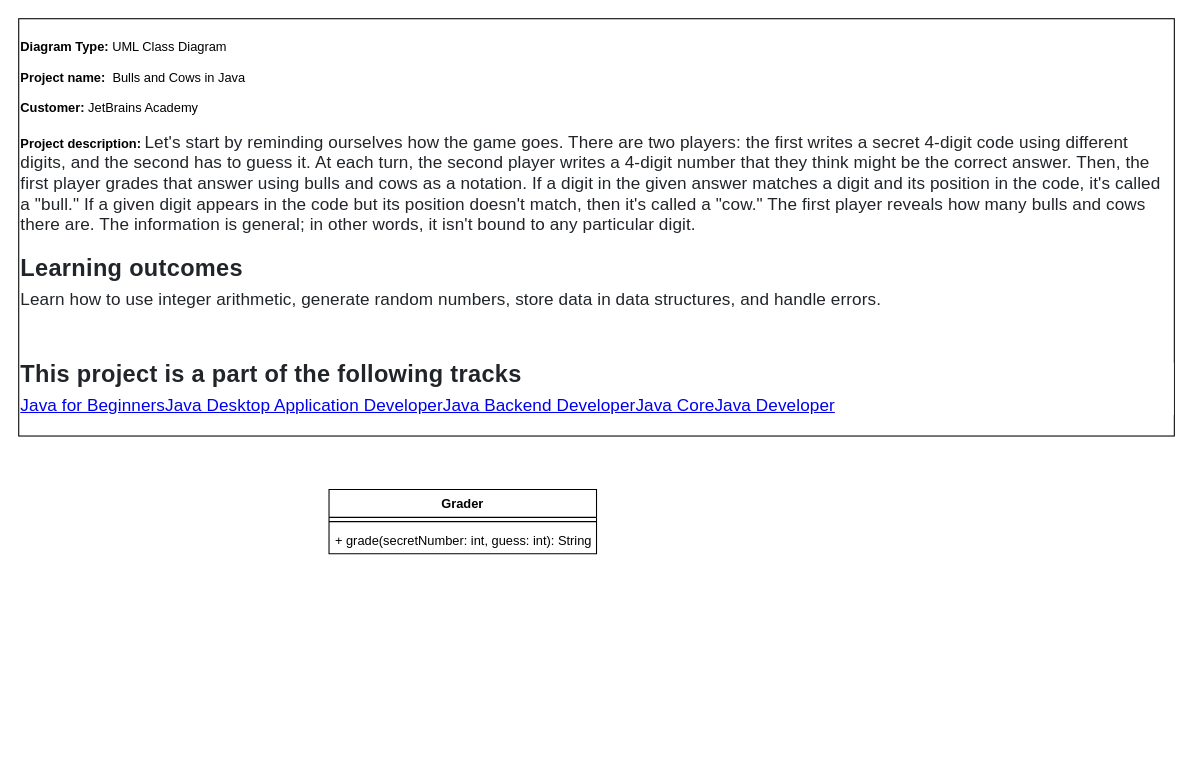
Before: UML/BullsAndCows.drawio in AlbertoVictorRebello/JetBrainsJavaForBeginners--BullsAndCows, a draw.io diagram. Source tidied: cells renumbered, new cells numbered last; positions are measured from the earlier drawing's top-left corner, leaving out a move shared by most shapes. Both pictures are drawn from the tidied source at 107%, with x=0, y=0 at pixel (18, 18).
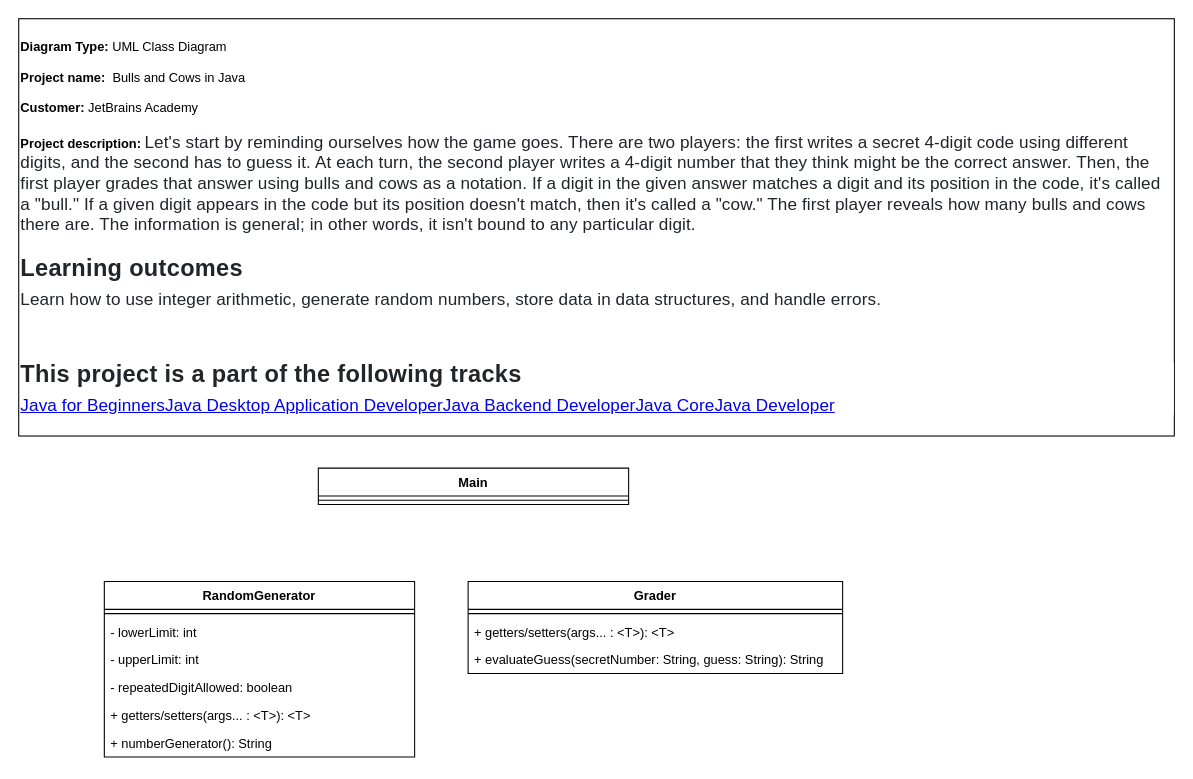
The same page after the edit.

What changed in the source:
```diff
@@
 <mxGraphModel>
   <root>
     <mxCell id="0" />
     <mxCell id="1" parent="0" />
     <mxCell id="2" value="&lt;b&gt;Diagram Type:&lt;/b&gt; UML Class Diagram&lt;br&gt;&lt;b&gt;&lt;br&gt;Project name:&lt;/b&gt;&amp;nbsp;&amp;nbsp;Bulls and Cows in Java&lt;br&gt;&lt;b&gt;&lt;br&gt;Customer:&lt;/b&gt; JetBrains Academy&lt;br&gt;&lt;b&gt;&lt;br&gt;Project description:&lt;/b&gt;&amp;nbsp;&lt;font color=&quot;#212529&quot;&gt;&lt;span style=&quot;font-size: 16px ; letter-spacing: 0.1px ; background-color: rgb(255 , 255 , 255)&quot;&gt;Let's start by reminding ourselves how the game goes. There are two players: the first writes a secret 4-digit code using different digits, and the second has to guess it. At each turn, the second player writes a 4-digit number that they think might be the correct answer. Then, the first player grades that answer using bulls and cows as a notation. If a digit in the given answer matches a digit and its position in the code, it's called a &quot;bull.&quot; If a given digit appears in the code but its position doesn't match, then it's called a &quot;cow.&quot; The first player reveals how many bulls and cows there are. The information is general; in other words, it isn't bound to any particular digit.&amp;nbsp;&lt;br&gt;&lt;br&gt;&lt;/span&gt;&lt;/font&gt;&lt;span style=&quot;color: rgb(33 , 37 , 41) ; font-size: 1.375rem ; letter-spacing: 0.3px ; background-color: rgb(255 , 255 , 255)&quot;&gt;&lt;b&gt;Learning outcomes&lt;/b&gt;&lt;/span&gt;&lt;br&gt;&lt;span style=&quot;background-color: rgb(255 , 255 , 255)&quot;&gt;&lt;font color=&quot;#212529&quot;&gt;&lt;span style=&quot;font-size: 16px ; letter-spacing: 0.1px&quot;&gt;Learn how to use integer arithmetic, generate random numbers, store data in data structures, and handle errors.&lt;/span&gt;&lt;/font&gt;&lt;/span&gt;&lt;span style=&quot;background-color: rgb(255 , 255 , 255) ; letter-spacing: 0.3px ; font-size: 1.375rem ; color: rgb(33 , 37 , 41)&quot;&gt;&lt;br&gt;&lt;/span&gt;&lt;div class=&quot;mt-5&quot; style=&quot;box-sizing: border-box ; background-color: rgb(255 , 255 , 255) ; margin-top: 3rem&quot;&gt;&lt;h5 style=&quot;color: rgb(33 , 37 , 41) ; font-size: 1.375rem ; letter-spacing: 0.3px ; box-sizing: border-box ; margin-top: 0px ; margin-bottom: 0.5rem ; line-height: 1&quot;&gt;This project is a part of the following tracks&lt;/h5&gt;&lt;font color=&quot;#0000ee&quot;&gt;&lt;span style=&quot;font-size: 16px ; letter-spacing: 0.1px&quot;&gt;&lt;u&gt;Java for BeginnersJava Desktop Application DeveloperJava Backend DeveloperJava CoreJava Developer&lt;/u&gt;&lt;/span&gt;&lt;/font&gt;&lt;br&gt;&lt;/div&gt;" style="rounded=0;whiteSpace=wrap;html=1;align=left;" parent="1" vertex="1">
       <mxGeometry width="1080" height="390" as="geometry" />
     </mxCell>
-    <mxCell id="3" value="Grader" style="swimlane;fontStyle=1;align=center;verticalAlign=top;horizontal=1;startSize=26;" parent="1" vertex="1">
-      <mxGeometry x="290" y="440" width="250" height="60" as="geometry" />
+    <mxCell id="3" value="RandomGenerator" style="swimlane;fontStyle=1;align=center;verticalAlign=top;horizontal=1;startSize=26;" parent="1" vertex="1">
+      <mxGeometry x="80" y="526" width="290" height="164" as="geometry" />
     </mxCell>
     <mxCell id="4" style="line;strokeWidth=1;fillColor=none;align=left;verticalAlign=middle;spacingTop=-1;spacingLeft=3;spacingRight=3;labelPosition=right;" parent="3" vertex="1">
-      <mxGeometry y="26" width="250" height="8" as="geometry" />
+      <mxGeometry y="26" width="290" height="8" as="geometry" />
     </mxCell>
+    <mxCell id="6" value="- lowerLimit: int" style="text;strokeColor=none;fillColor=none;align=left;verticalAlign=top;spacingLeft=4;spacingRight=4;overflow=hidden;" parent="3" vertex="1">
+      <mxGeometry y="34" width="290" height="26" as="geometry" />
+    </mxCell>
+    <mxCell id="7" value="- upperLimit: int" style="text;strokeColor=none;fillColor=none;align=left;verticalAlign=top;spacingLeft=4;spacingRight=4;overflow=hidden;" parent="3" vertex="1">
+      <mxGeometry y="60" width="290" height="26" as="geometry" />
+    </mxCell>
+    <mxCell id="8" value="- repeatedDigitAllowed: boolean" style="text;strokeColor=none;fillColor=none;align=left;verticalAlign=top;spacingLeft=4;spacingRight=4;overflow=hidden;" parent="3" vertex="1">
+      <mxGeometry y="86" width="290" height="26" as="geometry" />
+    </mxCell>
-    <mxCell id="5" value="+ grade(secretNumber: int, guess: int): String" style="text;strokeColor=none;fillColor=none;align=left;verticalAlign=top;spacingLeft=4;spacingRight=4;overflow=hidden;" parent="3" vertex="1">
-      <mxGeometry y="34" width="250" height="26" as="geometry" />
+    <mxCell id="5" value="+ getters/setters(args... : &lt;T&gt;): &lt;T&gt;" style="text;strokeColor=none;fillColor=none;align=left;verticalAlign=top;spacingLeft=4;spacingRight=4;overflow=hidden;" parent="3" vertex="1">
+      <mxGeometry y="112" width="290" height="26" as="geometry" />
     </mxCell>
+    <mxCell id="9" value="+ numberGenerator(): String" style="text;strokeColor=none;fillColor=none;align=left;verticalAlign=top;spacingLeft=4;spacingRight=4;overflow=hidden;" parent="3" vertex="1">
+      <mxGeometry y="138" width="290" height="26" as="geometry" />
+    </mxCell>
+    <mxCell id="10" value="Grader" style="swimlane;fontStyle=1;align=center;verticalAlign=top;horizontal=1;startSize=26;" parent="1" vertex="1">
+      <mxGeometry x="420" y="526" width="350" height="86" as="geometry" />
+    </mxCell>
+    <mxCell id="11" style="line;strokeWidth=1;fillColor=none;align=left;verticalAlign=middle;spacingTop=-1;spacingLeft=3;spacingRight=3;labelPosition=right;" parent="10" vertex="1">
+      <mxGeometry y="26" width="350" height="8" as="geometry" />
+    </mxCell>
+    <mxCell id="12" value="+ getters/setters(args... : &lt;T&gt;): &lt;T&gt;" style="text;strokeColor=none;fillColor=none;align=left;verticalAlign=top;spacingLeft=4;spacingRight=4;overflow=hidden;" parent="10" vertex="1">
+      <mxGeometry y="34" width="350" height="26" as="geometry" />
+    </mxCell>
+    <mxCell id="13" value="+ evaluateGuess(secretNumber: String, guess: String): String" style="text;strokeColor=none;fillColor=none;align=left;verticalAlign=top;spacingLeft=4;spacingRight=4;overflow=hidden;" parent="10" vertex="1">
+      <mxGeometry y="60" width="350" height="26" as="geometry" />
+    </mxCell>
+    <mxCell id="14" value="Main" style="swimlane;fontStyle=1;align=center;verticalAlign=top;horizontal=1;startSize=26;" parent="1" vertex="1">
+      <mxGeometry x="280" y="420" width="290" height="34" as="geometry" />
+    </mxCell>
+    <mxCell id="15" style="line;strokeWidth=1;fillColor=none;align=left;verticalAlign=middle;spacingTop=-1;spacingLeft=3;spacingRight=3;labelPosition=right;" parent="14" vertex="1">
+      <mxGeometry y="26" width="290" height="8" as="geometry" />
+    </mxCell>
   </root>
 </mxGraphModel>
```
